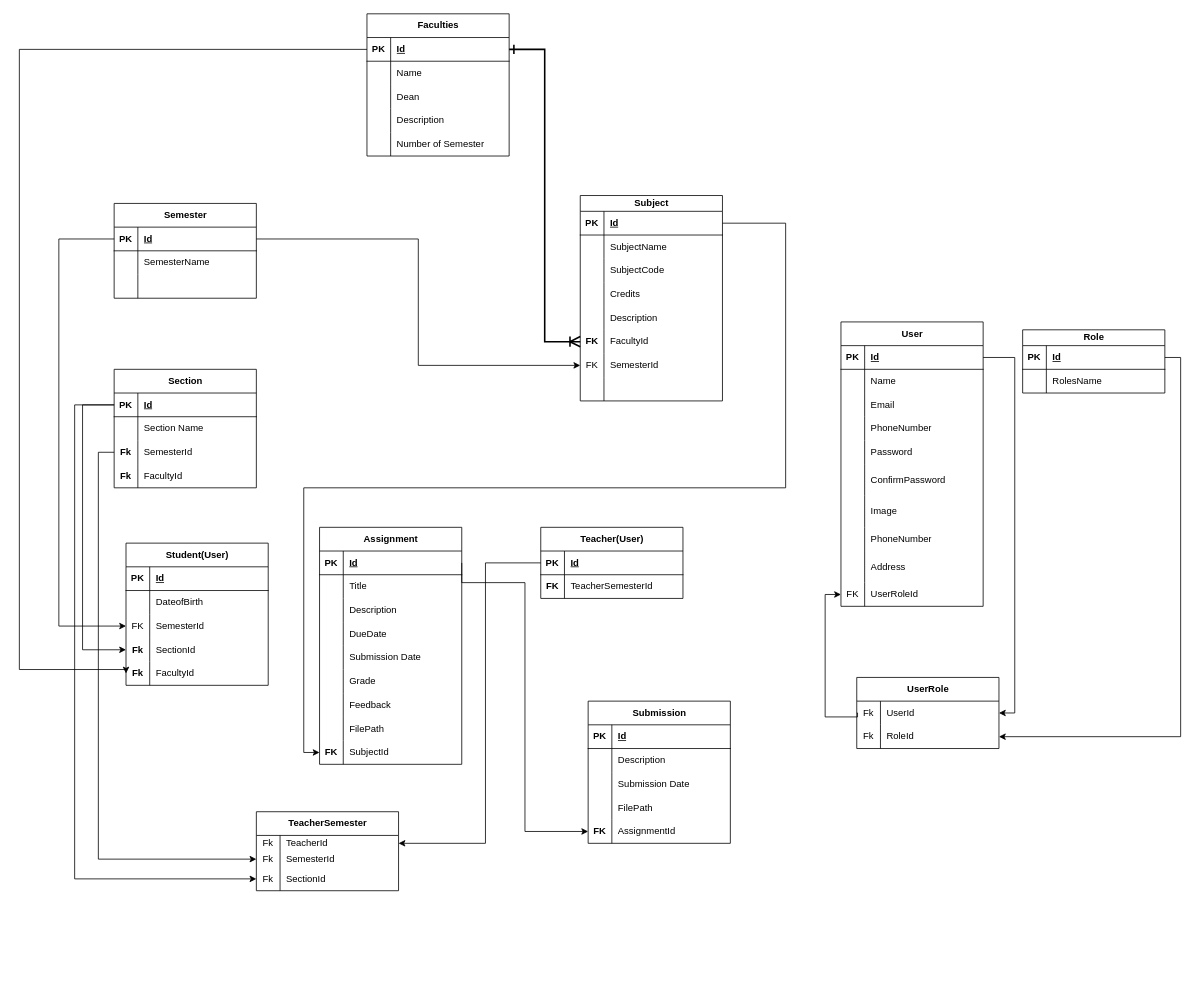
Earlier version of the draw.io diagram Untitled Diagram.drawio (Prakriti4/DotNetMVC). Source tidied: cells renumbered, new cells numbered last; positions are measured from the earlier drawing's top-left corner, leaving out a move shared by most shapes. Both pictures are drawn from the tidied source at 79%, with x=0, y=0 at pixel (19, 13).
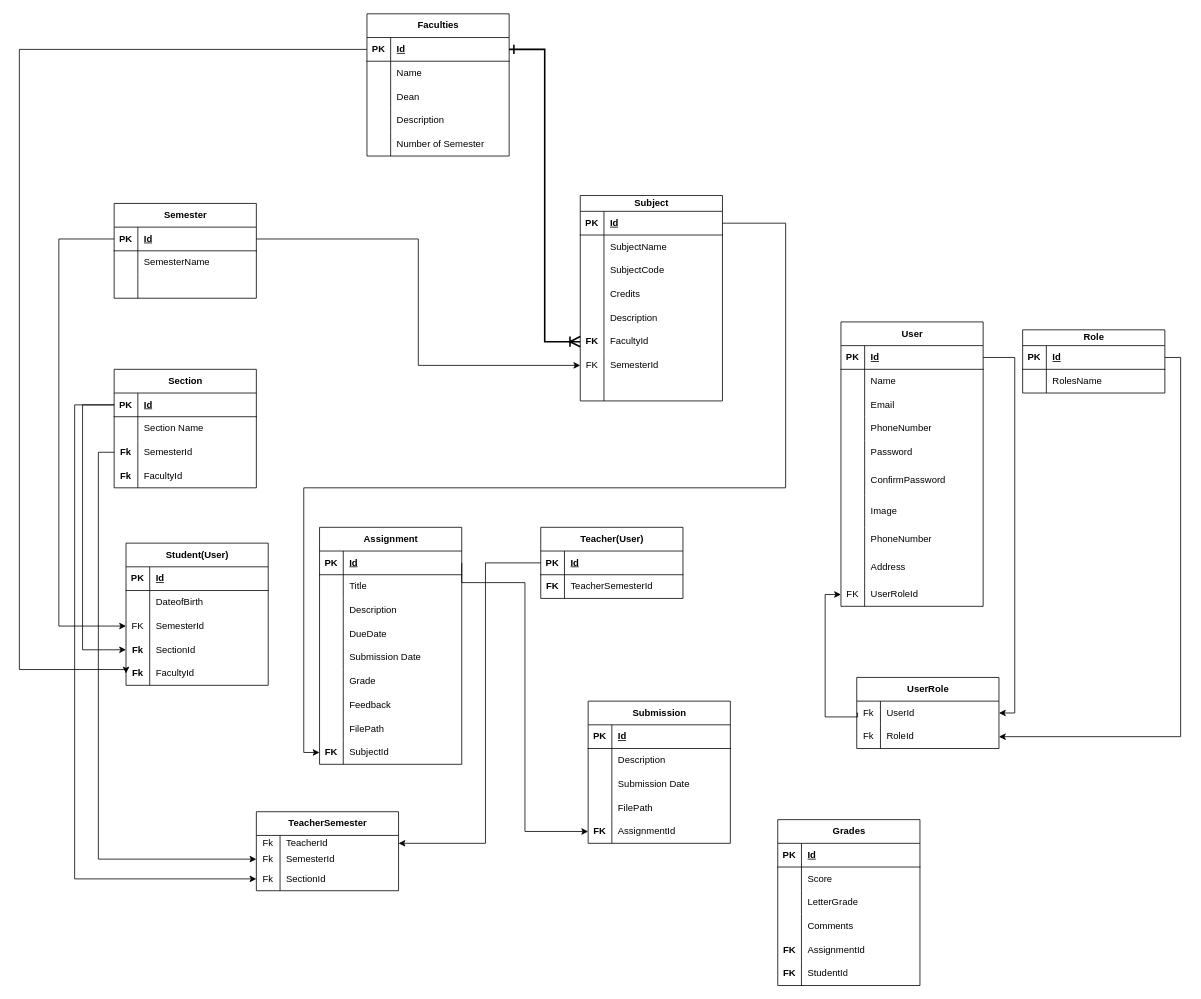
After the change.

What changed in the source:
```diff
@@
+    <mxCell id="201" value="Grades" style="shape=table;startSize=30;childLayout=tableLayout;rowLines=0;fontStyle=1;align=center;html=1;" parent="1" vertex="1">
+      <mxGeometry x="960" y="1020" width="180" height="210" as="geometry" />
+    </mxCell>
+    <mxCell id="202" style="shape=tableRow;horizontal=0;startSize=0;swimlaneHead=0;swimlaneBody=0;fillColor=none;top=0;left=0;right=0;bottom=1;" parent="201" vertex="1">
+      <mxGeometry y="30" width="180" height="30" as="geometry" />
+    </mxCell>
+    <mxCell id="203" value="PK" style="shape=partialRectangle;fillColor=none;top=0;left=0;bottom=0;right=0;fontStyle=1;overflow=hidden;whiteSpace=wrap;html=1;" parent="202" vertex="1">
+      <mxGeometry width="30" height="30" as="geometry" />
+    </mxCell>
+    <mxCell id="204" value="Id" style="shape=partialRectangle;fillColor=none;top=0;left=0;bottom=0;right=0;align=left;spacingLeft=6;fontStyle=5;overflow=hidden;whiteSpace=wrap;html=1;" parent="202" vertex="1">
+      <mxGeometry x="30" width="150" height="30" as="geometry" />
+    </mxCell>
+    <mxCell id="205" style="shape=tableRow;horizontal=0;startSize=0;swimlaneHead=0;swimlaneBody=0;fillColor=none;top=0;left=0;right=0;bottom=0;" parent="201" vertex="1">
+      <mxGeometry y="60" width="180" height="30" as="geometry" />
+    </mxCell>
+    <mxCell id="206" style="shape=partialRectangle;fillColor=none;top=0;left=0;bottom=0;right=0;overflow=hidden;whiteSpace=wrap;html=1;" parent="205" vertex="1">
+      <mxGeometry width="30" height="30" as="geometry" />
+    </mxCell>
+    <mxCell id="207" value="Score" style="shape=partialRectangle;fillColor=none;top=0;left=0;bottom=0;right=0;align=left;spacingLeft=6;overflow=hidden;whiteSpace=wrap;html=1;" parent="205" vertex="1">
+      <mxGeometry x="30" width="150" height="30" as="geometry" />
+    </mxCell>
+    <mxCell id="208" style="shape=tableRow;horizontal=0;startSize=0;swimlaneHead=0;swimlaneBody=0;fillColor=none;top=0;left=0;right=0;bottom=0;" parent="201" vertex="1">
+      <mxGeometry y="90" width="180" height="30" as="geometry" />
+    </mxCell>
+    <mxCell id="209" style="shape=partialRectangle;fillColor=none;top=0;left=0;bottom=0;right=0;overflow=hidden;whiteSpace=wrap;html=1;" parent="208" vertex="1">
+      <mxGeometry width="30" height="30" as="geometry" />
+    </mxCell>
+    <mxCell id="210" value="LetterGrade" style="shape=partialRectangle;fillColor=none;top=0;left=0;bottom=0;right=0;align=left;spacingLeft=6;overflow=hidden;whiteSpace=wrap;html=1;" parent="208" vertex="1">
+      <mxGeometry x="30" width="150" height="30" as="geometry" />
+    </mxCell>
+    <mxCell id="211" style="shape=tableRow;horizontal=0;startSize=0;swimlaneHead=0;swimlaneBody=0;fillColor=none;top=0;left=0;right=0;bottom=0;" parent="201" vertex="1">
+      <mxGeometry y="120" width="180" height="30" as="geometry" />
+    </mxCell>
+    <mxCell id="212" style="shape=partialRectangle;fillColor=none;top=0;left=0;bottom=0;right=0;overflow=hidden;whiteSpace=wrap;html=1;" parent="211" vertex="1">
+      <mxGeometry width="30" height="30" as="geometry" />
+    </mxCell>
+    <mxCell id="213" value="Comments" style="shape=partialRectangle;fillColor=none;top=0;left=0;bottom=0;right=0;align=left;spacingLeft=6;overflow=hidden;whiteSpace=wrap;html=1;" parent="211" vertex="1">
+      <mxGeometry x="30" width="150" height="30" as="geometry" />
+    </mxCell>
+    <mxCell id="214" style="shape=tableRow;horizontal=0;startSize=0;swimlaneHead=0;swimlaneBody=0;fillColor=none;top=0;left=0;right=0;bottom=0;" parent="201" vertex="1">
+      <mxGeometry y="150" width="180" height="30" as="geometry" />
+    </mxCell>
+    <mxCell id="215" value="&lt;b&gt;FK&lt;/b&gt;" style="shape=partialRectangle;fillColor=none;top=0;left=0;bottom=0;right=0;overflow=hidden;whiteSpace=wrap;html=1;" parent="214" vertex="1">
+      <mxGeometry width="30" height="30" as="geometry" />
+    </mxCell>
+    <mxCell id="216" value="AssignmentId" style="shape=partialRectangle;fillColor=none;top=0;left=0;bottom=0;right=0;align=left;spacingLeft=6;overflow=hidden;whiteSpace=wrap;html=1;" parent="214" vertex="1">
+      <mxGeometry x="30" width="150" height="30" as="geometry" />
+    </mxCell>
+    <mxCell id="217" style="shape=tableRow;horizontal=0;startSize=0;swimlaneHead=0;swimlaneBody=0;fillColor=none;top=0;left=0;right=0;bottom=0;" parent="201" vertex="1">
+      <mxGeometry y="180" width="180" height="30" as="geometry" />
+    </mxCell>
+    <mxCell id="218" value="&lt;b&gt;FK&lt;/b&gt;" style="shape=partialRectangle;fillColor=none;top=0;left=0;bottom=0;right=0;overflow=hidden;whiteSpace=wrap;html=1;" parent="217" vertex="1">
+      <mxGeometry width="30" height="30" as="geometry" />
+    </mxCell>
+    <mxCell id="219" value="StudentId" style="shape=partialRectangle;fillColor=none;top=0;left=0;bottom=0;right=0;align=left;spacingLeft=6;overflow=hidden;whiteSpace=wrap;html=1;" parent="217" vertex="1">
+      <mxGeometry x="30" width="150" height="30" as="geometry" />
+    </mxCell>
```
